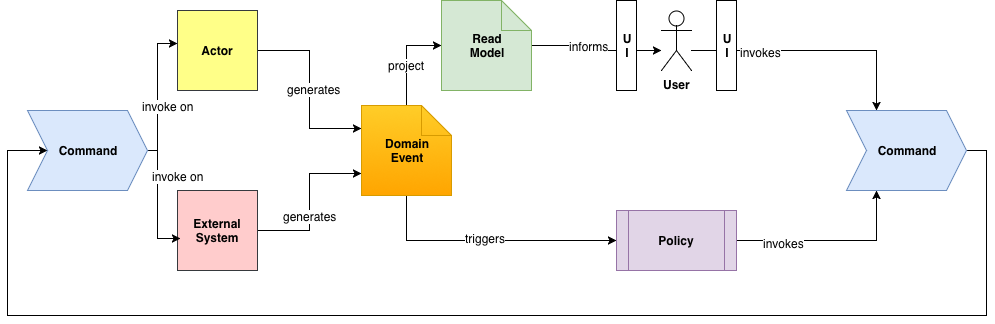
tripledio/tripledio.github.io keeps this draw.io diagram as img/posts/events-restaurant/eventStormComponents.png. Above is the earlier version. Source tidied: cells renumbered, new cells last; positions are measured from the earlier drawing's top-left corner, leaving out a move shared by most shapes.
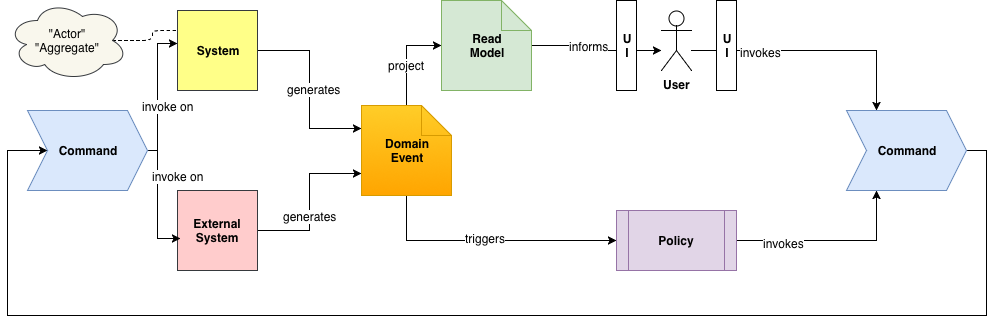
Above is the later version.

Commit message:
Consistently use system, reference Actor or Aggregate.

Diff of the diagram source:
```diff
@@ -73,7 +73,7 @@
     <mxCell id="21" value="generates" style="text;html=1;align=center;verticalAlign=middle;labelBackgroundColor=#ffffff;" parent="20" vertex="1">
       <mxGeometry x="-0.01" y="4" relative="1" as="geometry" />
     </mxCell>
-    <mxCell id="22" value="&lt;b&gt;Actor&lt;/b&gt;" style="whiteSpace=wrap;html=1;fillColor=#ffff88;strokeColor=#36393d;" parent="1" vertex="1">
+    <mxCell id="22" value="&lt;b&gt;System&lt;/b&gt;" style="whiteSpace=wrap;html=1;fillColor=#ffff88;strokeColor=#36393d;" parent="1" vertex="1">
       <mxGeometry x="170" y="10" width="80" height="80" as="geometry" />
     </mxCell>
     <mxCell id="23" style="edgeStyle=orthogonalEdgeStyle;rounded=0;html=1;entryX=0;entryY=0.75;jettySize=auto;" parent="1" edge="1" source="25" target="6">
@@ -116,5 +116,11 @@
     <mxCell id="30" value="&lt;b&gt;Command&lt;/b&gt;" style="shape=step;perimeter=stepPerimeter;whiteSpace=wrap;html=1;fixedSize=1;fillColor=#dae8fc;strokeColor=#6c8ebf;" parent="1" vertex="1">
       <mxGeometry x="20" y="110" width="120" height="80" as="geometry" />
     </mxCell>
+    <mxCell id="31" style="edgeStyle=orthogonalEdgeStyle;rounded=1;jettySize=auto;html=1;exitX=0.875;exitY=0.5;exitDx=0;exitDy=0;exitPerimeter=0;entryX=0;entryY=0.25;entryDx=0;entryDy=0;dashed=1;endArrow=none;endFill=0;" parent="1" edge="1" source="32" target="22">
+      <mxGeometry relative="1" as="geometry" />
+    </mxCell>
+    <mxCell id="32" value="&quot;Actor&quot;&lt;br&gt;&quot;Aggregate&quot;&lt;br&gt;" style="ellipse;shape=cloud;whiteSpace=wrap;html=1;fillColor=#f9f7ed;strokeColor=#36393d;" parent="1" vertex="1">
+      <mxGeometry width="120" height="80" as="geometry" />
+    </mxCell>
   </root>
 </mxGraphModel>
```
